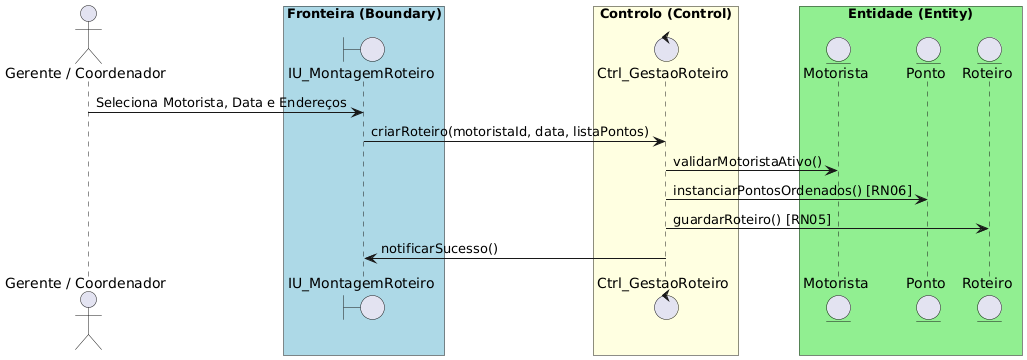
Jpdnos/Engenharia-de-Software-2 keeps this PlantUML diagram as entrega_Eng_2_Joao_Paulo_de_Deus_N_O_Saraiva/entrega_Eng_2_Joao_Paulo_de_Deus_N_O_Saraiva/diagramas/Diagrama de Robustez_UC02.png. Above is the earlier version. Its diagram source:
```plantuml
@startuml
actor "Gerente / Coordenador" as Gerente

box "Fronteira (Boundary)" #LightBlue
  boundary "IU_MontagemRoteiro" as IU_Roteiro
end box

box "Controlo (Control)" #LightYellow
  control "Ctrl_GestaoRoteiro" as C_Roteiro
end box

box "Entidade (Entity)" #LightGreen
  entity "Motorista" as E_Motorista
  entity "Ponto" as E_Ponto
  entity "Roteiro" as E_Roteiro
end box

Gerente -> IU_Roteiro : Seleciona Motorista, Data e Endereços
IU_Roteiro -> C_Roteiro : criarRoteiro(motoristaId, data, listaPontos)
C_Roteiro -> E_Motorista : validarMotoristaAtivo()
C_Roteiro -> E_Ponto : instanciarPontosOrdenados() [RN06]
C_Roteiro -> E_Roteiro : guardarRoteiro() [RN05]
C_Roteiro -> IU_Roteiro : notificarSucesso()
@enduml
```
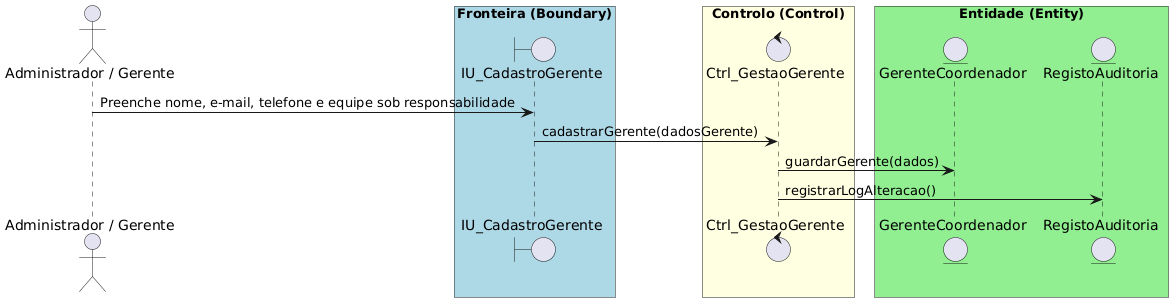
After the change.

Change to the diagram source:
```diff
@@ -1,24 +1,23 @@
 @startuml
-actor "Gerente / Coordenador" as Gerente
+skinparam packageStyle rectangle
+
+actor "Administrador / Gerente" as Admin
 
 box "Fronteira (Boundary)" #LightBlue
-  boundary "IU_MontagemRoteiro" as IU_Roteiro
+boundary "IU_CadastroGerente" as IU
 end box
 
 box "Controlo (Control)" #LightYellow
-  control "Ctrl_GestaoRoteiro" as C_Roteiro
+control "Ctrl_GestaoGerente" as Ctr
 end box
 
 box "Entidade (Entity)" #LightGreen
-  entity "Motorista" as E_Motorista
-  entity "Ponto" as E_Ponto
-  entity "Roteiro" as E_Roteiro
+entity "GerenteCoordenador" as EntGer
+entity "RegistoAuditoria" as EntAud
 end box
 
-Gerente -> IU_Roteiro : Seleciona Motorista, Data e Endereços
-IU_Roteiro -> C_Roteiro : criarRoteiro(motoristaId, data, listaPontos)
-C_Roteiro -> E_Motorista : validarMotoristaAtivo()
-C_Roteiro -> E_Ponto : instanciarPontosOrdenados() [RN06]
-C_Roteiro -> E_Roteiro : guardarRoteiro() [RN05]
-C_Roteiro -> IU_Roteiro : notificarSucesso()
+Admin -> IU : Preenche nome, e-mail, telefone e equipe sob responsabilidade
+IU -> Ctr : cadastrarGerente(dadosGerente)
+Ctr -> EntGer : guardarGerente(dados)
+Ctr -> EntAud : registrarLogAlteracao()
 @enduml
```
